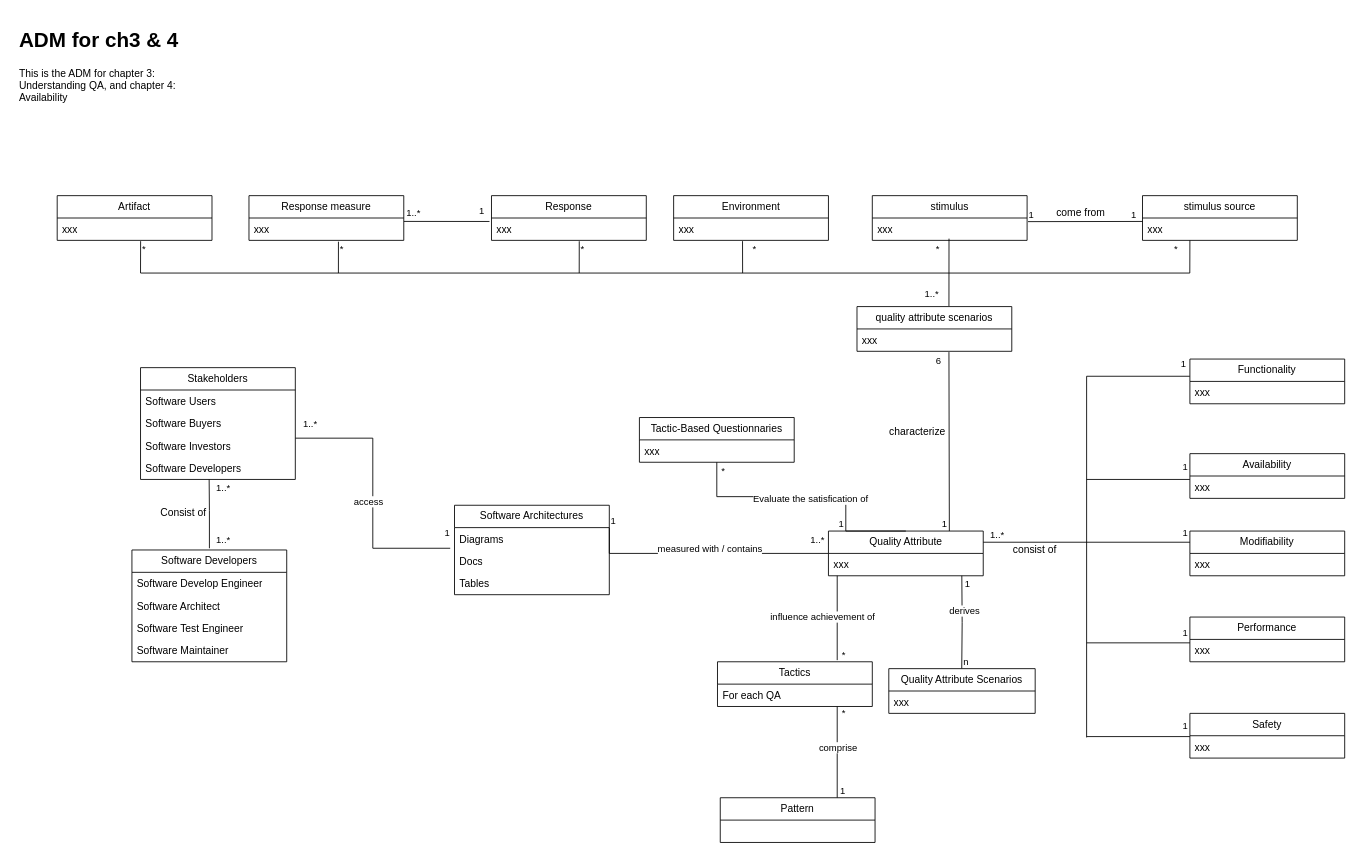
Earlier version of the draw.io diagram Documentation/DomainModel/ch3_4_ADM.drawio (dhruwanga19/4471_Group14_ProjectDocumentation). Source tidied: cells renumbered, new cells numbered last; positions are measured from the earlier drawing's top-left corner, leaving out a move shared by most shapes. Both pictures are drawn from the tidied source at 86%, with x=0, y=0 at pixel (15, 23).
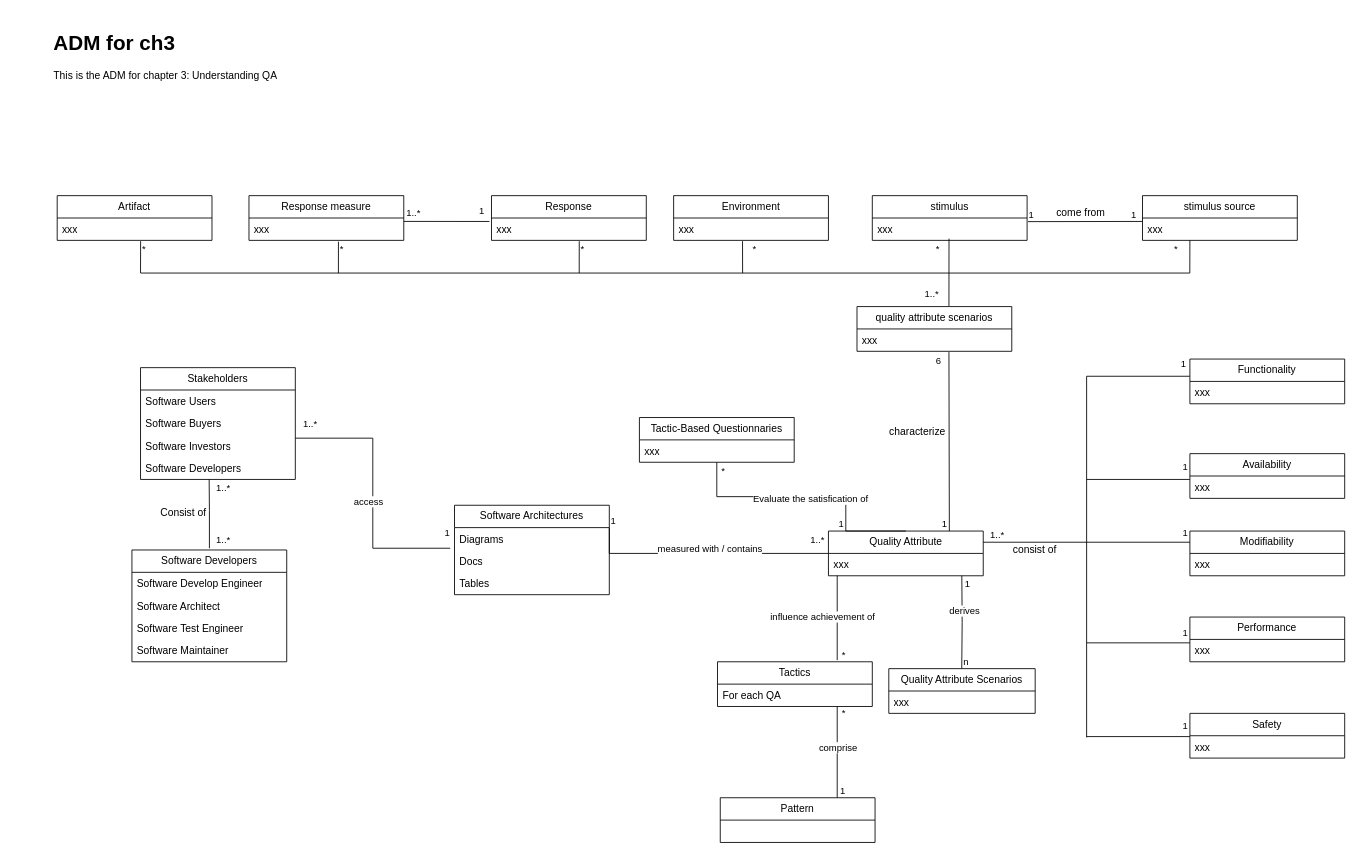
Above is the later version.

Change to the diagram source:
```diff
@@
-    <mxCell id="2" value="&lt;h1&gt;ADM for ch3 &amp;amp; 4&lt;/h1&gt;&lt;p&gt;This is the ADM for chapter 3: Understanding QA, and chapter 4: Availability&lt;/p&gt;" style="text;html=1;strokeColor=none;fillColor=none;spacing=5;spacingTop=-20;whiteSpace=wrap;overflow=hidden;rounded=0;" parent="1" vertex="1">
-      <mxGeometry width="210" height="120" as="geometry" />
+    <mxCell id="2" value="&lt;h1&gt;ADM for ch3&lt;/h1&gt;&lt;p&gt;This is the ADM for chapter 3: Understanding QA&lt;/p&gt;" style="text;html=1;strokeColor=none;fillColor=none;spacing=5;spacingTop=-20;whiteSpace=wrap;overflow=hidden;rounded=0;" parent="1" vertex="1">
+      <mxGeometry x="40" y="3" width="300" height="120" as="geometry" />
     </mxCell>
```
